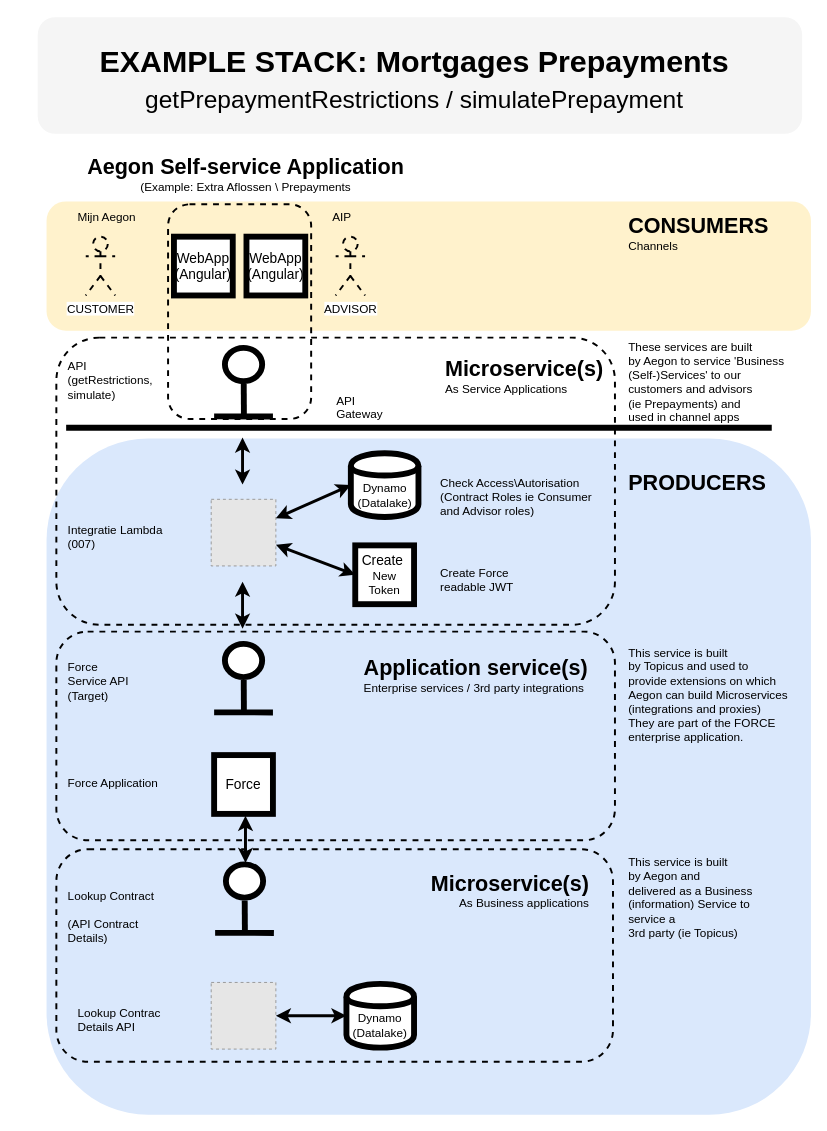
luchthandel/diagrams keeps this draw.io diagram as apis_in_remedy.drawio. Above is the earlier version. Source tidied: cells renumbered, new cells numbered last; positions are measured from the earlier drawing's top-left corner, leaving out a move shared by most shapes. Both pictures are drawn from the tidied source at 98%, with x=0, y=0 at pixel (17, 17). Pictures stored in the file or linked from it are replaced by grey dashed boxes.
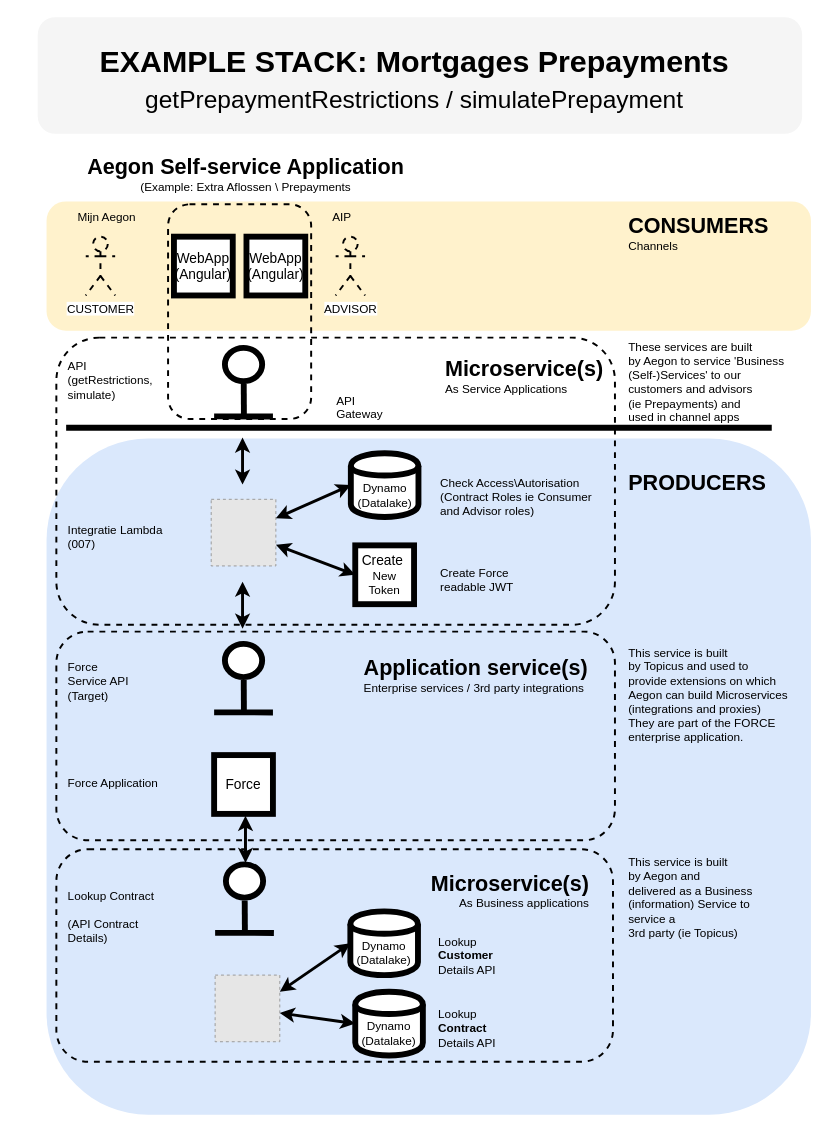
After the change.

Change to the diagram source:
```diff
@@
+    <mxCell id="3" style="rounded=1;whiteSpace=wrap;html=1;strokeWidth=6;fillColor=#dae8fc;strokeColor=none;" parent="1" vertex="1">
+      <mxGeometry x="30" y="430" width="780" height="690" as="geometry" />
+    </mxCell>
+    <mxCell id="43" style="rounded=1;whiteSpace=wrap;html=1;strokeWidth=2;dashed=1;strokeColor=#000000;fillColor=none;" parent="1" vertex="1">
+      <mxGeometry x="40" y="849" width="568" height="217" as="geometry" />
+    </mxCell>
@@
-    <mxCell id="3" style="rounded=1;whiteSpace=wrap;html=1;strokeWidth=6;fillColor=#dae8fc;strokeColor=none;" parent="1" vertex="1">
-      <mxGeometry x="30" y="430" width="780" height="690" as="geometry" />
-    </mxCell>
@@
     <mxCell id="17" style="fillColor=#E6E6E6;strokeColor=#999999;dashed=1;verticalLabelPosition=bottom;labelBackgroundColor=#ffffff;verticalAlign=top;" parent="1" vertex="1">
-      <mxGeometry x="198" y="985" width="66" height="68" as="geometry" />
+      <mxGeometry x="202" y="977.5" width="66" height="68" as="geometry" />
     </mxCell>
     <mxCell id="18" value="Dynamo&lt;br&gt;(Datalake)&lt;br&gt;" style="shape=cylinder;whiteSpace=wrap;html=1;boundedLbl=1;backgroundOutline=1;strokeWidth=6;" parent="1" vertex="1">
-      <mxGeometry x="336" y="986.5" width="69" height="65" as="geometry" />
+      <mxGeometry x="345" y="994.5" width="69" height="65" as="geometry" />
     </mxCell>
@@
-    <mxCell id="28" value="Lookup Contrac&lt;br&gt;Details API&lt;br&gt;" style="text;html=1;" parent="1" vertex="1">
-      <mxGeometry x="60" y="1002.5" width="80" height="30" as="geometry" />
+    <mxCell id="28" value="Lookup &lt;br&gt;&lt;b&gt;Contract&lt;/b&gt;&lt;br&gt;Details API&lt;br&gt;" style="text;html=1;" parent="1" vertex="1">
+      <mxGeometry x="427.5" y="1004" width="80" height="30" as="geometry" />
     </mxCell>
@@
-    <mxCell id="43" style="rounded=1;whiteSpace=wrap;html=1;strokeWidth=2;dashed=1;strokeColor=#000000;fillColor=none;" parent="1" vertex="1">
-      <mxGeometry x="40" y="849" width="568" height="217" as="geometry" />
-    </mxCell>
@@
+    <mxCell id="59" style="endArrow=classic;startArrow=classic;html=1;strokeWidth=3;fontSize=5;entryX=0;entryY=0.5;entryDx=0;entryDy=0;exitX=1;exitY=0.25;exitDx=0;exitDy=0;" parent="1" edge="1" source="17" target="60">
+      <mxGeometry relative="1" as="geometry" />
+    </mxCell>
+    <mxCell id="60" value="Dynamo&lt;br&gt;(Datalake)&lt;br&gt;" style="shape=cylinder;whiteSpace=wrap;html=1;boundedLbl=1;backgroundOutline=1;strokeWidth=6;" parent="1" vertex="1">
+      <mxGeometry x="340" y="912.5" width="69" height="65" as="geometry" />
+    </mxCell>
+    <mxCell id="61" value="Lookup &lt;br&gt;&lt;b&gt;Customer&lt;/b&gt;&lt;br&gt;Details API&lt;br&gt;" style="text;html=1;" parent="1" vertex="1">
+      <mxGeometry x="427.5" y="930" width="80" height="30" as="geometry" />
+    </mxCell>
```
